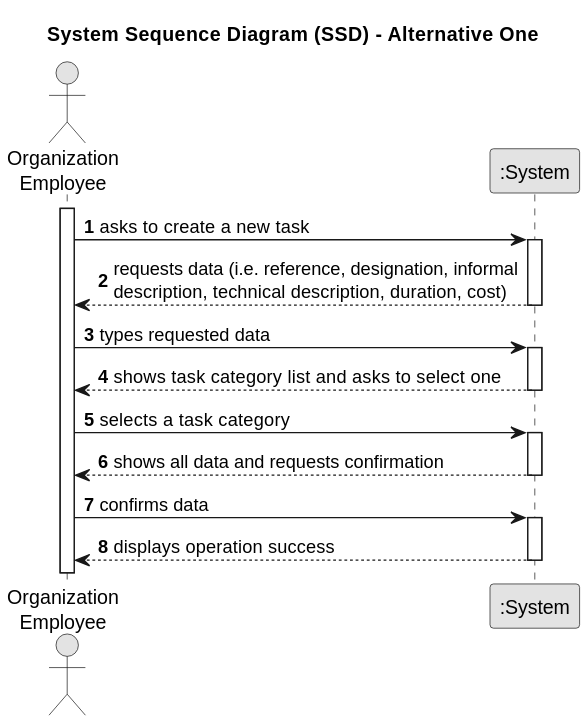
Before: docs/sprintA/us006/01.requirements-engineering/svg/us006-system-sequence-diagram-alternative-one.svg, a diagram exported from PlantUML (Departamento-de-Engenharia-Informatica/lei-24-s2-1dkl-g134).
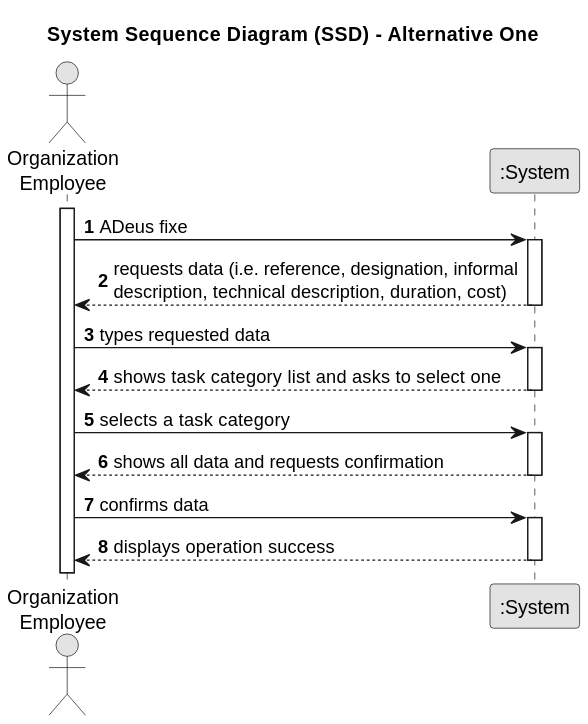
Later version of the same file.

Commit message:
SSD 004 and 004 Use Case

Change to the diagram source:
```diff
@@ -12,7 +12,7 @@
 
 activate Employee
 
-    Employee -> System : asks to create a new task
+    Employee -> System : ADeus fixe
     activate System
 
         System --> Employee : requests data (i.e. reference, designation, informal\ndescription, technical description, duration, cost)
```
